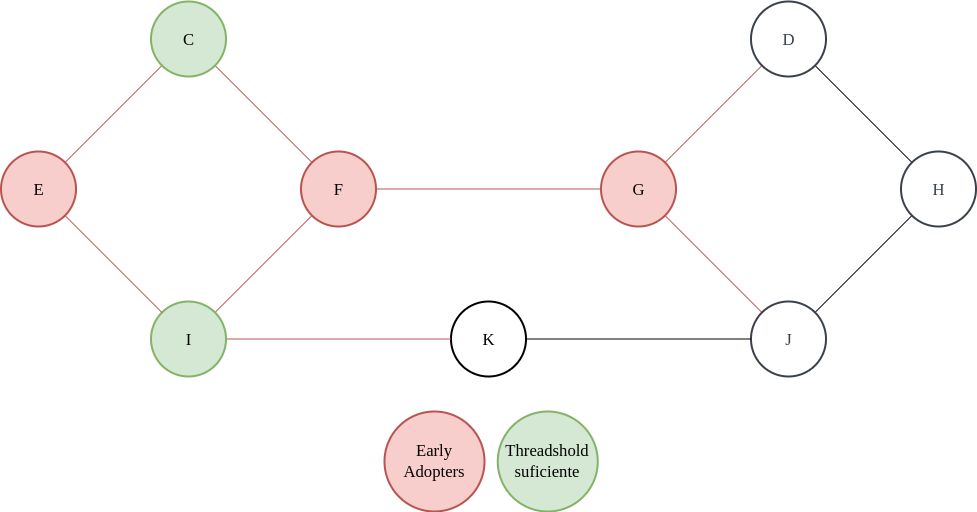
Above: parcialito_3/media/3-b2.png in amveiga/75.30-teoria_de_algoritmos_ii (draw.io), before the change. Source tidied: cells renumbered, new cells last; positions are measured from the earlier drawing's top-left corner, leaving out a move shared by most shapes. Its diagram source:
```xml
<mxGraphModel>
  <root>
    <mxCell id="0" />
    <mxCell id="1" parent="0" />
    <mxCell id="2" style="edgeStyle=none;rounded=0;jettySize=auto;html=1;exitX=0;exitY=0;exitDx=0;exitDy=0;entryX=1;entryY=1;entryDx=0;entryDy=0;startArrow=none;startFill=0;endArrow=none;endFill=0;fillColor=#f8cecc;strokeColor=#b85450;" parent="1" edge="1" source="3" target="21">
      <mxGeometry relative="1" as="geometry" />
    </mxCell>
    <mxCell id="3" value="F" style="html=1;overflow=block;blockSpacing=1;whiteSpace=wrap;ellipse;fontSize=16.7;fontFamily=Droid Serif;spacing=3.8;strokeColor=#b85450;strokeOpacity=100;rounded=1;absoluteArcSize=1;arcSize=9;strokeWidth=2;fillColor=#f8cecc;" parent="1" vertex="1">
      <mxGeometry x="300.5" y="150" width="75" height="75" as="geometry" />
    </mxCell>
    <mxCell id="4" style="rounded=0;jettySize=auto;html=1;exitX=1;exitY=0;exitDx=0;exitDy=0;entryX=0;entryY=1;entryDx=0;entryDy=0;startArrow=none;startFill=0;endArrow=none;endFill=0;fillColor=#f8cecc;strokeColor=#b85450;" parent="1" edge="1" source="7" target="9">
      <mxGeometry relative="1" as="geometry" />
    </mxCell>
    <mxCell id="5" style="edgeStyle=none;rounded=0;jettySize=auto;html=1;exitX=1;exitY=1;exitDx=0;exitDy=0;startArrow=none;startFill=0;endArrow=none;endFill=0;fillColor=#f8cecc;strokeColor=#b85450;" parent="1" edge="1" source="7" target="12">
      <mxGeometry relative="1" as="geometry" />
    </mxCell>
    <mxCell id="6" style="edgeStyle=orthogonalEdgeStyle;rounded=0;jettySize=auto;html=1;exitX=0;exitY=0.5;exitDx=0;exitDy=0;entryX=1;entryY=0.5;entryDx=0;entryDy=0;strokeColor=#b85450;endArrow=none;endFill=0;fillColor=#f8cecc;" parent="1" edge="1" source="7" target="3">
      <mxGeometry relative="1" as="geometry" />
    </mxCell>
    <mxCell id="7" value="G" style="html=1;overflow=block;blockSpacing=1;whiteSpace=wrap;ellipse;fontSize=16.7;fontFamily=Droid Serif;spacing=3.8;strokeColor=#b85450;strokeOpacity=100;rounded=1;absoluteArcSize=1;arcSize=9;strokeWidth=2;fillColor=#f8cecc;" parent="1" vertex="1">
      <mxGeometry x="600.5" y="150" width="75" height="75" as="geometry" />
    </mxCell>
    <mxCell id="8" style="edgeStyle=none;rounded=0;jettySize=auto;html=1;exitX=1;exitY=1;exitDx=0;exitDy=0;entryX=0;entryY=0;entryDx=0;entryDy=0;endArrow=none;endFill=0;" parent="1" edge="1" source="9" target="11">
      <mxGeometry relative="1" as="geometry" />
    </mxCell>
    <mxCell id="9" value="D" style="html=1;overflow=block;blockSpacing=1;whiteSpace=wrap;ellipse;fontSize=16.7;fontFamily=Droid Serif;fontColor=#3a414a;spacing=3.8;strokeColor=#3a414a;strokeOpacity=100;rounded=1;absoluteArcSize=1;arcSize=9;strokeWidth=2;" parent="1" vertex="1">
      <mxGeometry x="750.5" width="75" height="75" as="geometry" />
    </mxCell>
    <mxCell id="10" style="edgeStyle=none;rounded=0;jettySize=auto;html=1;exitX=0;exitY=1;exitDx=0;exitDy=0;entryX=1;entryY=0;entryDx=0;entryDy=0;startArrow=none;startFill=0;endArrow=none;endFill=0;" parent="1" edge="1" source="11" target="12">
      <mxGeometry relative="1" as="geometry" />
    </mxCell>
    <mxCell id="11" value="H" style="html=1;overflow=block;blockSpacing=1;whiteSpace=wrap;ellipse;fontSize=16.7;fontFamily=Droid Serif;fontColor=#3a414a;spacing=3.8;strokeColor=#3a414a;strokeOpacity=100;rounded=1;absoluteArcSize=1;arcSize=9;strokeWidth=2;" parent="1" vertex="1">
      <mxGeometry x="900.5" y="150" width="75" height="75" as="geometry" />
    </mxCell>
    <mxCell id="12" value="J" style="html=1;overflow=block;blockSpacing=1;whiteSpace=wrap;ellipse;fontSize=16.7;fontFamily=Droid Serif;fontColor=#3a414a;spacing=3.8;strokeColor=#3a414a;strokeOpacity=100;rounded=1;absoluteArcSize=1;arcSize=9;strokeWidth=2;" parent="1" vertex="1">
      <mxGeometry x="750.5" y="300" width="75" height="75" as="geometry" />
    </mxCell>
    <mxCell id="13" style="edgeStyle=none;rounded=0;jettySize=auto;html=1;exitX=1;exitY=0.5;exitDx=0;exitDy=0;entryX=0;entryY=0.5;entryDx=0;entryDy=0;startArrow=none;startFill=0;endArrow=none;endFill=0;" parent="1" edge="1" source="14" target="12">
      <mxGeometry relative="1" as="geometry" />
    </mxCell>
    <mxCell id="14" value="K" style="html=1;overflow=block;blockSpacing=1;whiteSpace=wrap;ellipse;fontSize=16.7;fontFamily=Droid Serif;spacing=3.8;strokeOpacity=100;rounded=1;absoluteArcSize=1;arcSize=9;strokeWidth=2;" parent="1" vertex="1">
      <mxGeometry x="450.5" y="300" width="75" height="75" as="geometry" />
    </mxCell>
    <mxCell id="15" style="edgeStyle=none;rounded=0;jettySize=auto;html=1;exitX=1;exitY=0;exitDx=0;exitDy=0;startArrow=none;startFill=0;endArrow=none;endFill=0;fillColor=#f8cecc;strokeColor=#b85450;" parent="1" edge="1" source="17" target="3">
      <mxGeometry relative="1" as="geometry" />
    </mxCell>
    <mxCell id="16" style="edgeStyle=none;rounded=0;jettySize=auto;html=1;exitX=1;exitY=0.5;exitDx=0;exitDy=0;entryX=0;entryY=0.5;entryDx=0;entryDy=0;startArrow=none;startFill=0;endArrow=none;endFill=0;fillColor=#f8cecc;strokeColor=#b85450;" parent="1" edge="1" source="17" target="14">
      <mxGeometry relative="1" as="geometry" />
    </mxCell>
    <mxCell id="17" value="I" style="html=1;overflow=block;blockSpacing=1;whiteSpace=wrap;ellipse;fontSize=16.7;fontFamily=Droid Serif;spacing=3.8;strokeColor=#82b366;strokeOpacity=100;rounded=1;absoluteArcSize=1;arcSize=9;strokeWidth=2;fillColor=#d5e8d4;" parent="1" vertex="1">
      <mxGeometry x="150.5" y="300" width="75" height="75" as="geometry" />
    </mxCell>
    <mxCell id="18" style="edgeStyle=none;rounded=0;jettySize=auto;html=1;exitX=1;exitY=1;exitDx=0;exitDy=0;startArrow=none;startFill=0;endArrow=none;endFill=0;fillColor=#f8cecc;strokeColor=#b85450;" parent="1" edge="1" source="19" target="17">
      <mxGeometry relative="1" as="geometry" />
    </mxCell>
    <mxCell id="19" value="E" style="html=1;overflow=block;blockSpacing=1;whiteSpace=wrap;ellipse;fontSize=16.7;fontFamily=Droid Serif;spacing=3.8;strokeColor=#b85450;strokeOpacity=100;rounded=1;absoluteArcSize=1;arcSize=9;strokeWidth=2;fillColor=#f8cecc;" parent="1" vertex="1">
      <mxGeometry x="0.5" y="150" width="75" height="75" as="geometry" />
    </mxCell>
    <mxCell id="20" style="edgeStyle=none;rounded=0;jettySize=auto;html=1;exitX=0;exitY=1;exitDx=0;exitDy=0;startArrow=none;startFill=0;endArrow=none;endFill=0;fillColor=#f8cecc;strokeColor=#b85450;" parent="1" edge="1" source="21" target="19">
      <mxGeometry relative="1" as="geometry" />
    </mxCell>
    <mxCell id="21" value="C" style="html=1;overflow=block;blockSpacing=1;whiteSpace=wrap;ellipse;fontSize=16.7;fontFamily=Droid Serif;spacing=3.8;strokeColor=#82b366;strokeOpacity=100;rounded=1;absoluteArcSize=1;arcSize=9;strokeWidth=2;fillColor=#d5e8d4;" parent="1" vertex="1">
      <mxGeometry x="150.5" width="75" height="75" as="geometry" />
    </mxCell>
    <mxCell id="22" value="Early Adopters" style="html=1;overflow=block;blockSpacing=1;whiteSpace=wrap;ellipse;fontSize=16.7;fontFamily=Droid Serif;spacing=3.8;strokeColor=#b85450;strokeOpacity=100;rounded=1;absoluteArcSize=1;arcSize=9;strokeWidth=2;fillColor=#f8cecc;" parent="1" vertex="1">
      <mxGeometry x="384" y="410" width="100" height="100" as="geometry" />
    </mxCell>
    <mxCell id="23" value="&lt;div style=&quot;&quot;&gt;&lt;span style=&quot;background-color: initial;&quot;&gt;Threadshold suficiente&lt;/span&gt;&lt;/div&gt;" style="html=1;overflow=block;blockSpacing=1;whiteSpace=wrap;ellipse;fontSize=16.7;fontFamily=Droid Serif;spacing=3.8;strokeColor=#82b366;strokeOpacity=100;rounded=1;absoluteArcSize=1;arcSize=9;strokeWidth=2;fillColor=#d5e8d4;align=center;" parent="1" vertex="1">
      <mxGeometry x="497.2" y="410" width="100" height="100" as="geometry" />
    </mxCell>
  </root>
</mxGraphModel>
```
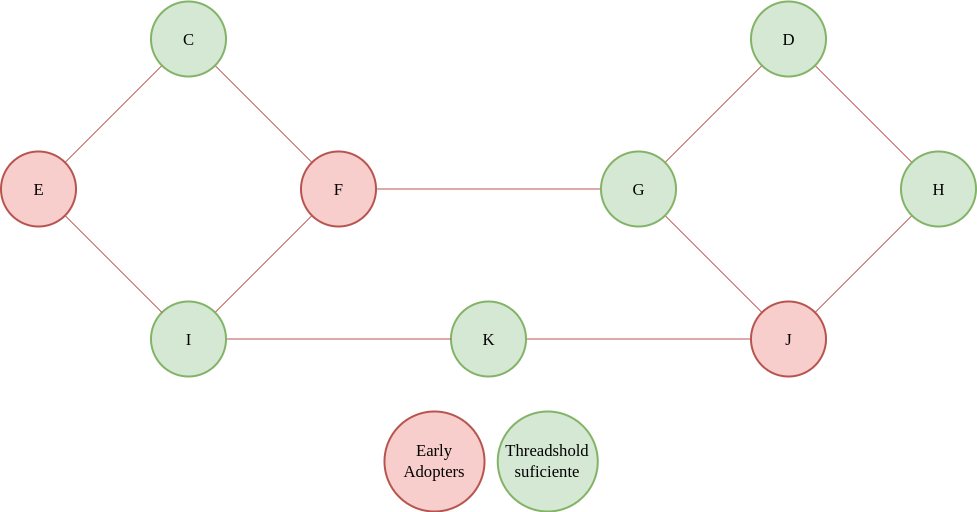
The same diagram one commit later.

The edit, as a diff of the source:
```diff
@@ -14,31 +14,31 @@
     <mxCell id="5" style="edgeStyle=none;rounded=0;jettySize=auto;html=1;exitX=1;exitY=1;exitDx=0;exitDy=0;startArrow=none;startFill=0;endArrow=none;endFill=0;fillColor=#f8cecc;strokeColor=#b85450;" parent="1" edge="1" source="7" target="12">
       <mxGeometry relative="1" as="geometry" />
     </mxCell>
-    <mxCell id="6" style="edgeStyle=orthogonalEdgeStyle;rounded=0;jettySize=auto;html=1;exitX=0;exitY=0.5;exitDx=0;exitDy=0;entryX=1;entryY=0.5;entryDx=0;entryDy=0;strokeColor=#b85450;endArrow=none;endFill=0;fillColor=#f8cecc;" parent="1" edge="1" source="7" target="3">
+    <mxCell id="6" style="edgeStyle=orthogonalEdgeStyle;rounded=0;jettySize=auto;html=1;exitX=0;exitY=0.5;exitDx=0;exitDy=0;entryX=1;entryY=0.5;entryDx=0;entryDy=0;endArrow=none;endFill=0;fillColor=#f8cecc;strokeColor=#b85450;" parent="1" edge="1" source="7" target="3">
       <mxGeometry relative="1" as="geometry" />
     </mxCell>
-    <mxCell id="7" value="G" style="html=1;overflow=block;blockSpacing=1;whiteSpace=wrap;ellipse;fontSize=16.7;fontFamily=Droid Serif;spacing=3.8;strokeColor=#b85450;strokeOpacity=100;rounded=1;absoluteArcSize=1;arcSize=9;strokeWidth=2;fillColor=#f8cecc;" parent="1" vertex="1">
+    <mxCell id="7" value="G" style="html=1;overflow=block;blockSpacing=1;whiteSpace=wrap;ellipse;fontSize=16.7;fontFamily=Droid Serif;spacing=3.8;strokeOpacity=100;rounded=1;absoluteArcSize=1;arcSize=9;strokeWidth=2;fillColor=#d5e8d4;strokeColor=#82b366;" parent="1" vertex="1">
       <mxGeometry x="600.5" y="150" width="75" height="75" as="geometry" />
     </mxCell>
-    <mxCell id="8" style="edgeStyle=none;rounded=0;jettySize=auto;html=1;exitX=1;exitY=1;exitDx=0;exitDy=0;entryX=0;entryY=0;entryDx=0;entryDy=0;endArrow=none;endFill=0;" parent="1" edge="1" source="9" target="11">
+    <mxCell id="8" style="edgeStyle=none;rounded=0;jettySize=auto;html=1;exitX=1;exitY=1;exitDx=0;exitDy=0;entryX=0;entryY=0;entryDx=0;entryDy=0;endArrow=none;endFill=0;fillColor=#f8cecc;strokeColor=#b85450;" parent="1" edge="1" source="9" target="11">
       <mxGeometry relative="1" as="geometry" />
     </mxCell>
-    <mxCell id="9" value="D" style="html=1;overflow=block;blockSpacing=1;whiteSpace=wrap;ellipse;fontSize=16.7;fontFamily=Droid Serif;fontColor=#3a414a;spacing=3.8;strokeColor=#3a414a;strokeOpacity=100;rounded=1;absoluteArcSize=1;arcSize=9;strokeWidth=2;" parent="1" vertex="1">
+    <mxCell id="9" value="D" style="html=1;overflow=block;blockSpacing=1;whiteSpace=wrap;ellipse;fontSize=16.7;fontFamily=Droid Serif;spacing=3.8;strokeOpacity=100;rounded=1;absoluteArcSize=1;arcSize=9;strokeWidth=2;fillColor=#d5e8d4;strokeColor=#82b366;" parent="1" vertex="1">
       <mxGeometry x="750.5" width="75" height="75" as="geometry" />
     </mxCell>
-    <mxCell id="10" style="edgeStyle=none;rounded=0;jettySize=auto;html=1;exitX=0;exitY=1;exitDx=0;exitDy=0;entryX=1;entryY=0;entryDx=0;entryDy=0;startArrow=none;startFill=0;endArrow=none;endFill=0;" parent="1" edge="1" source="11" target="12">
+    <mxCell id="10" style="edgeStyle=none;rounded=0;jettySize=auto;html=1;exitX=0;exitY=1;exitDx=0;exitDy=0;entryX=1;entryY=0;entryDx=0;entryDy=0;startArrow=none;startFill=0;endArrow=none;endFill=0;fillColor=#f8cecc;strokeColor=#b85450;" parent="1" edge="1" source="11" target="12">
       <mxGeometry relative="1" as="geometry" />
     </mxCell>
-    <mxCell id="11" value="H" style="html=1;overflow=block;blockSpacing=1;whiteSpace=wrap;ellipse;fontSize=16.7;fontFamily=Droid Serif;fontColor=#3a414a;spacing=3.8;strokeColor=#3a414a;strokeOpacity=100;rounded=1;absoluteArcSize=1;arcSize=9;strokeWidth=2;" parent="1" vertex="1">
+    <mxCell id="11" value="H" style="html=1;overflow=block;blockSpacing=1;whiteSpace=wrap;ellipse;fontSize=16.7;fontFamily=Droid Serif;spacing=3.8;strokeOpacity=100;rounded=1;absoluteArcSize=1;arcSize=9;strokeWidth=2;fillColor=#d5e8d4;strokeColor=#82b366;" parent="1" vertex="1">
       <mxGeometry x="900.5" y="150" width="75" height="75" as="geometry" />
     </mxCell>
-    <mxCell id="12" value="J" style="html=1;overflow=block;blockSpacing=1;whiteSpace=wrap;ellipse;fontSize=16.7;fontFamily=Droid Serif;fontColor=#3a414a;spacing=3.8;strokeColor=#3a414a;strokeOpacity=100;rounded=1;absoluteArcSize=1;arcSize=9;strokeWidth=2;" parent="1" vertex="1">
+    <mxCell id="12" value="J" style="html=1;overflow=block;blockSpacing=1;whiteSpace=wrap;ellipse;fontSize=16.7;fontFamily=Droid Serif;spacing=3.8;strokeOpacity=100;rounded=1;absoluteArcSize=1;arcSize=9;strokeWidth=2;fillColor=#f8cecc;strokeColor=#b85450;" parent="1" vertex="1">
       <mxGeometry x="750.5" y="300" width="75" height="75" as="geometry" />
     </mxCell>
-    <mxCell id="13" style="edgeStyle=none;rounded=0;jettySize=auto;html=1;exitX=1;exitY=0.5;exitDx=0;exitDy=0;entryX=0;entryY=0.5;entryDx=0;entryDy=0;startArrow=none;startFill=0;endArrow=none;endFill=0;" parent="1" edge="1" source="14" target="12">
+    <mxCell id="13" style="edgeStyle=none;rounded=0;jettySize=auto;html=1;exitX=1;exitY=0.5;exitDx=0;exitDy=0;entryX=0;entryY=0.5;entryDx=0;entryDy=0;startArrow=none;startFill=0;endArrow=none;endFill=0;fillColor=#f8cecc;strokeColor=#b85450;" parent="1" edge="1" source="14" target="12">
       <mxGeometry relative="1" as="geometry" />
     </mxCell>
-    <mxCell id="14" value="K" style="html=1;overflow=block;blockSpacing=1;whiteSpace=wrap;ellipse;fontSize=16.7;fontFamily=Droid Serif;spacing=3.8;strokeOpacity=100;rounded=1;absoluteArcSize=1;arcSize=9;strokeWidth=2;" parent="1" vertex="1">
+    <mxCell id="14" value="K" style="html=1;overflow=block;blockSpacing=1;whiteSpace=wrap;ellipse;fontSize=16.7;fontFamily=Droid Serif;spacing=3.8;strokeOpacity=100;rounded=1;absoluteArcSize=1;arcSize=9;strokeWidth=2;fillColor=#d5e8d4;strokeColor=#82b366;" parent="1" vertex="1">
       <mxGeometry x="450.5" y="300" width="75" height="75" as="geometry" />
     </mxCell>
     <mxCell id="15" style="edgeStyle=none;rounded=0;jettySize=auto;html=1;exitX=1;exitY=0;exitDx=0;exitDy=0;startArrow=none;startFill=0;endArrow=none;endFill=0;fillColor=#f8cecc;strokeColor=#b85450;" parent="1" edge="1" source="17" target="3">
```
